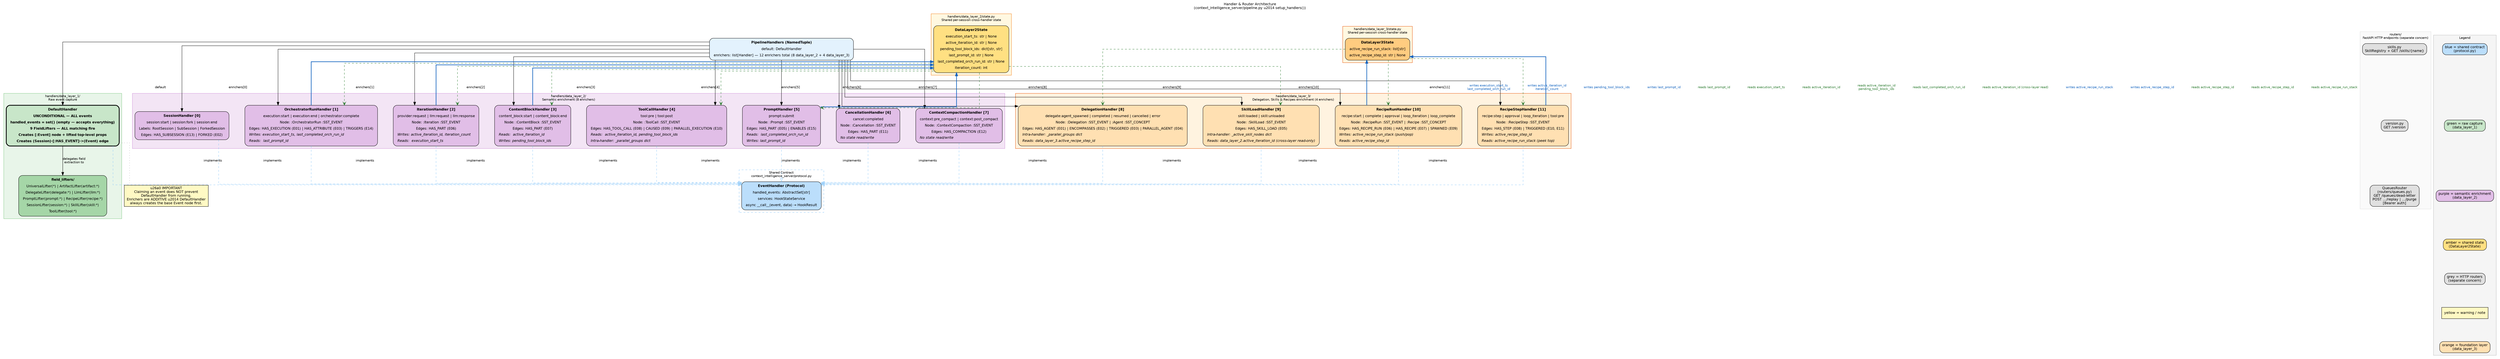
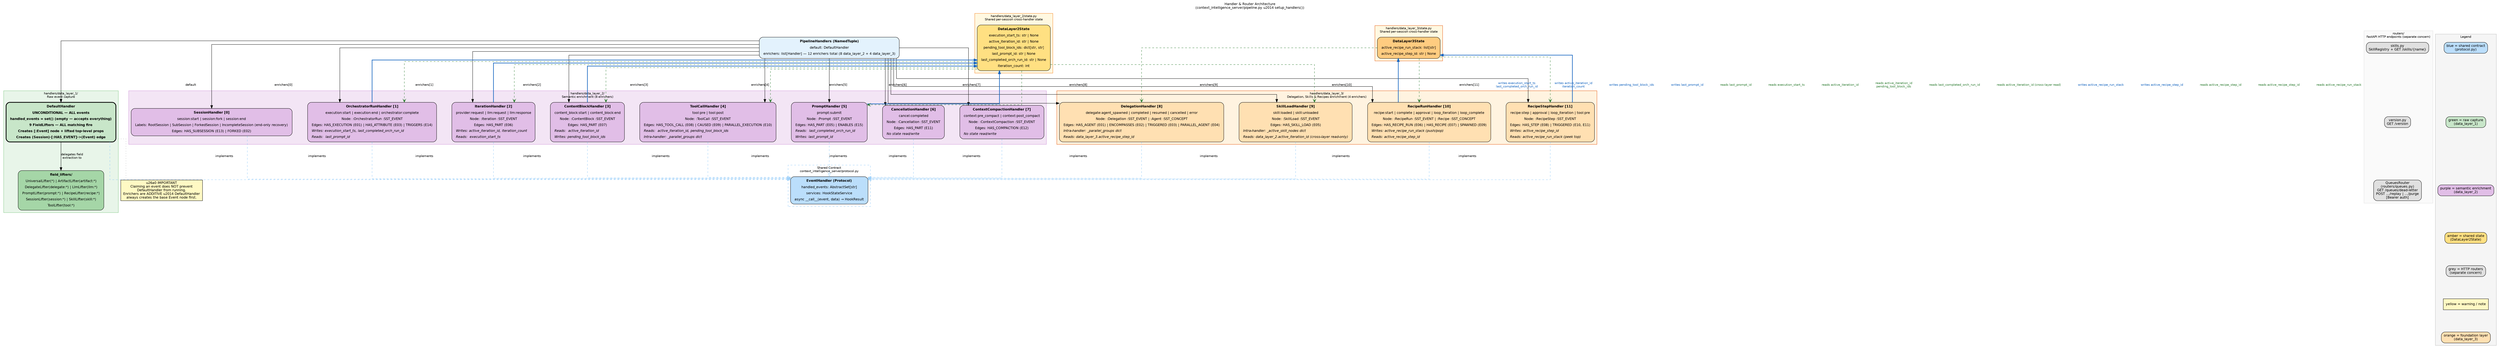
digraph handler_architecture {
    // --- Global defaults ------------------------------------------------------
    graph [
        rankdir   = TB
        splines   = ortho
        nodesep   = 0.7
        ranksep   = 1.0
        fontname  = "Helvetica"
        fontsize  = 11
        label     = "Handler & Router Architecture\n(context_intelligence_server/pipeline.py \u2014 setup_handlers())"
        labelloc  = t
        labeljust = c
    ]
    node [
        fontname = "Helvetica"
        fontsize = 11
        style    = "filled,rounded"
        shape    = box
    ]
    edge [
        fontname = "Helvetica"
        fontsize = 10
    ]

    // --- PipelineHandlers (NamedTuple) ----------------------------------------
    PipelineHandlers [
        style     = "filled,rounded"
        fillcolor = "#E3F2FD"
        label     = <<TABLE BORDER="0" CELLBORDER="0" CELLSPACING="2" CELLPADDING="3">
            <TR><TD><B>PipelineHandlers (NamedTuple)</B></TD></TR>
            <TR><TD>default: DefaultHandler</TD></TR>
            <TR><TD>enrichers: list[Handler] &#8212; 12 enrichers total (8 data_layer_2 + 4 data_layer_3)</TD></TR>
        </TABLE>>
    ]

    // --- Shared Contract -----------------------------------------------------
    subgraph cluster_protocol {
        graph [
            label     = "Shared Contract\ncontext_intelligence_server/protocol.py"
            style     = "dashed"
            color     = "#90CAF9"
            fontname  = "Helvetica"
            fontsize  = 10
        ]

        Protocol [
            style     = "filled,rounded"
            fillcolor = "#BBDEFB"
            label     = <<TABLE BORDER="0" CELLBORDER="0" CELLSPACING="2" CELLPADDING="3">
                <TR><TD><B>EventHandler (Protocol)</B></TD></TR>
                <TR><TD>handled_events: AbstractSet[str]</TD></TR>
                <TR><TD>services: HookStateService</TD></TR>
                <TR><TD>async __call__(event, data) &#8594; HookResult</TD></TR>
            </TABLE>>
        ]
    }

    // --- Routers (separate concern) ------------------------------------------
    subgraph cluster_routers {
        graph [
            label     = "routers/\nFastAPI HTTP endpoints (separate concern)"
            style     = "filled"
            color     = "#E0E0E0"
            fillcolor = "#FAFAFA"
            fontname  = "Helvetica"
            fontsize  = 10
        ]

        SkillsRouter [
            style     = "filled,rounded"
            fillcolor = "#E0E0E0"
            label     = "skills.py\nSkillRegistry + GET /skills/{name}"
        ]

        VersionRouter [
            style     = "filled,rounded"
            fillcolor = "#E0E0E0"
            label     = "version.py\nGET /version"
        ]

        QueuesRouter [
            style     = "filled,rounded"
            fillcolor = "#E0E0E0"
            label     = "QueuesRouter\n(routers/queues.py)\nGET /queues/dead-letter\nPOST .../replay | .../purge\n[Bearer auth]"
        ]

        SkillsRouter -> VersionRouter -> QueuesRouter [style = invis]
    }

    // --- Data Layer 1: Raw event capture ------------------------------------
    subgraph cluster_data_layer_1 {
        graph [
            label     = "handlers/data_layer_1/\nRaw event capture"
            style     = "filled"
            color     = "#81C784"
            fillcolor = "#E8F5E9"
            fontname  = "Helvetica"
            fontsize  = 10
        ]

        DefaultHandler [
            style     = "filled,rounded"
            fillcolor = "#C8E6C9"
            fontname  = "Helvetica-Bold"
            penwidth  = 2.5
            label     = <<TABLE BORDER="0" CELLBORDER="0" CELLSPACING="2" CELLPADDING="3">
                <TR><TD><B>DefaultHandler</B></TD></TR>
                <TR><TD>UNCONDITIONAL &#8212; ALL events</TD></TR>
                <TR><TD>handled_events = set() (empty &#8212; accepts everything)</TD></TR>
                <TR><TD>9 FieldLifters &#8212; ALL matching fire</TD></TR>
                <TR><TD>Creates [:Event] node + lifted top-level props</TD></TR>
                <TR><TD>Creates (Session)-[:HAS_EVENT]-&gt;(Event) edge</TD></TR>
            </TABLE>>
        ]

        FieldLifters [
            style     = "filled,rounded"
            fillcolor = "#A5D6A7"
            label     = <<TABLE BORDER="0" CELLBORDER="0" CELLSPACING="2" CELLPADDING="3">
                <TR><TD><B>field_lifters/</B></TD></TR>
                <TR><TD>UniversalLifter(*) | ArtifactLifter(artifact:*)</TD></TR>
                <TR><TD>DelegateLifter(delegate:*) | LlmLifter(llm:*)</TD></TR>
                <TR><TD>PromptLifter(prompt:*) | RecipeLifter(recipe:*)</TD></TR>
                <TR><TD>SessionLifter(session:*) | SkillLifter(skill:*)</TD></TR>
                <TR><TD>ToolLifter(tool:*)</TD></TR>
            </TABLE>>
        ]

        DefaultHandler -> FieldLifters [label = "delegates field\nextraction to"]
    }

    // --- Data Layer 2: Semantic enrichment ----------------------------------
    subgraph cluster_data_layer_2 {
        graph [
            label     = "handlers/data_layer_2/\nSemantic enrichment (8 enrichers)"
            style     = "filled"
            color     = "#CE93D8"
            fillcolor = "#F3E5F5"
            fontname  = "Helvetica"
            fontsize  = 10
        ]

        SessionHandler [
            style     = "filled,rounded"
            fillcolor = "#E1BEE7"
            label     = <<TABLE BORDER="0" CELLBORDER="0" CELLSPACING="2" CELLPADDING="3">
                <TR><TD><B>SessionHandler [0]</B></TD></TR>
                <TR><TD>session:start | session:fork | session:end</TD></TR>
-                 <TR><TD>Labels: RootSession | SubSession | ForkedSession</TD></TR>
+                 <TR><TD>Labels: RootSession | SubSession | ForkedSession | IncompleteSession (end-only recovery)</TD></TR>
                <TR><TD>Edges: HAS_SUBSESSION (E13) | FORKED (E02)</TD></TR>
            </TABLE>>
        ]

        OrchestratorRunHandler [
            style     = "filled,rounded"
            fillcolor = "#E1BEE7"
            label     = <<TABLE BORDER="0" CELLBORDER="0" CELLSPACING="2" CELLPADDING="3">
                <TR><TD><B>OrchestratorRunHandler [1]</B></TD></TR>
                <TR><TD>execution:start | execution:end | orchestrator:complete</TD></TR>
                <TR><TD>Node: :OrchestratorRun :SST_EVENT</TD></TR>
                <TR><TD>Edges: HAS_EXECUTION (E01) | HAS_ATTRIBUTE (E03) | TRIGGERS (E14)</TD></TR>
                <TR><TD ALIGN="LEFT"><I>Writes: execution_start_ts, last_completed_orch_run_id</I></TD></TR>
                <TR><TD ALIGN="LEFT"><I>Reads:  last_prompt_id</I></TD></TR>
            </TABLE>>
        ]

        IterationHandler [
            style     = "filled,rounded"
            fillcolor = "#E1BEE7"
            label     = <<TABLE BORDER="0" CELLBORDER="0" CELLSPACING="2" CELLPADDING="3">
                <TR><TD><B>IterationHandler [2]</B></TD></TR>
                <TR><TD>provider:request | llm:request | llm:response</TD></TR>
                <TR><TD>Node: :Iteration :SST_EVENT</TD></TR>
                <TR><TD>Edges: HAS_PART (E06)</TD></TR>
                <TR><TD ALIGN="LEFT"><I>Writes: active_iteration_id, iteration_count</I></TD></TR>
                <TR><TD ALIGN="LEFT"><I>Reads:  execution_start_ts</I></TD></TR>
            </TABLE>>
        ]

        ContentBlockHandler [
            style     = "filled,rounded"
            fillcolor = "#E1BEE7"
            label     = <<TABLE BORDER="0" CELLBORDER="0" CELLSPACING="2" CELLPADDING="3">
                <TR><TD><B>ContentBlockHandler [3]</B></TD></TR>
                <TR><TD>content_block:start | content_block:end</TD></TR>
                <TR><TD>Node: :ContentBlock :SST_EVENT</TD></TR>
                <TR><TD>Edges: HAS_PART (E07)</TD></TR>
                <TR><TD ALIGN="LEFT"><I>Reads:  active_iteration_id</I></TD></TR>
                <TR><TD ALIGN="LEFT"><I>Writes: pending_tool_block_ids</I></TD></TR>
            </TABLE>>
        ]

        ToolCallHandler [
            style     = "filled,rounded"
            fillcolor = "#E1BEE7"
            label     = <<TABLE BORDER="0" CELLBORDER="0" CELLSPACING="2" CELLPADDING="3">
                <TR><TD><B>ToolCallHandler [4]</B></TD></TR>
                <TR><TD>tool:pre | tool:post</TD></TR>
                <TR><TD>Node: :ToolCall :SST_EVENT</TD></TR>
                <TR><TD>Edges: HAS_TOOL_CALL (E08) | CAUSED (E09) | PARALLEL_EXECUTION (E10)</TD></TR>
                <TR><TD ALIGN="LEFT"><I>Reads:  active_iteration_id, pending_tool_block_ids</I></TD></TR>
                <TR><TD ALIGN="LEFT"><I>Intra-handler: _parallel_groups dict</I></TD></TR>
            </TABLE>>
        ]

        PromptHandler [
            style     = "filled,rounded"
            fillcolor = "#E1BEE7"
            label     = <<TABLE BORDER="0" CELLBORDER="0" CELLSPACING="2" CELLPADDING="3">
                <TR><TD><B>PromptHandler [5]</B></TD></TR>
                <TR><TD>prompt:submit</TD></TR>
                <TR><TD>Node: :Prompt :SST_EVENT</TD></TR>
                <TR><TD>Edges: HAS_PART (E05) | ENABLES (E15)</TD></TR>
                <TR><TD ALIGN="LEFT"><I>Reads:  last_completed_orch_run_id</I></TD></TR>
                <TR><TD ALIGN="LEFT"><I>Writes: last_prompt_id</I></TD></TR>
            </TABLE>>
        ]

        CancellationHandler [
            style     = "filled,rounded"
            fillcolor = "#E1BEE7"
            label     = <<TABLE BORDER="0" CELLBORDER="0" CELLSPACING="2" CELLPADDING="3">
                <TR><TD><B>CancellationHandler [6]</B></TD></TR>
                <TR><TD>cancel:completed</TD></TR>
                <TR><TD>Node: :Cancellation :SST_EVENT</TD></TR>
                <TR><TD>Edges: HAS_PART (E11)</TD></TR>
                <TR><TD ALIGN="LEFT"><I>No state read/write</I></TD></TR>
            </TABLE>>
        ]

        ContextCompactionHandler [
            style     = "filled,rounded"
            fillcolor = "#E1BEE7"
            label     = <<TABLE BORDER="0" CELLBORDER="0" CELLSPACING="2" CELLPADDING="3">
                <TR><TD><B>ContextCompactionHandler [7]</B></TD></TR>
                <TR><TD>context:pre_compact | context:post_compact</TD></TR>
                <TR><TD>Node: :ContextCompaction :SST_EVENT</TD></TR>
                <TR><TD>Edges: HAS_COMPACTION (E12)</TD></TR>
                <TR><TD ALIGN="LEFT"><I>No state read/write</I></TD></TR>
            </TABLE>>
        ]
    }

    // --- Data Layer 3: Delegation, Skills & Recipes enrichment ---------------
    subgraph cluster_data_layer_3 {
        graph [
            label     = "handlers/data_layer_3/\nDelegation, Skills & Recipes enrichment (4 enrichers)"
            style     = "filled"
            color     = "#E65100"
            fillcolor = "#FFF3E0"
            fontname  = "Helvetica"
            fontsize  = 10
        ]

        DelegationHandler [
            style     = "filled,rounded"
            fillcolor = "#FFE0B2"
            label     = <<TABLE BORDER="0" CELLBORDER="0" CELLSPACING="2" CELLPADDING="3">
                <TR><TD><B>DelegationHandler [8]</B></TD></TR>
                <TR><TD>delegate:agent_spawned | completed | resumed | cancelled | error</TD></TR>
                <TR><TD>Node: :Delegation :SST_EVENT | :Agent :SST_CONCEPT</TD></TR>
                <TR><TD>Edges: HAS_AGENT (E01) | ENCOMPASSES (E02) | TRIGGERED (E03) | PARALLEL_AGENT (E04)</TD></TR>
                <TR><TD ALIGN="LEFT"><I>Intra-handler: _parallel_groups dict</I></TD></TR>
                <TR><TD ALIGN="LEFT"><I>Reads: data_layer_3.active_recipe_step_id</I></TD></TR>
            </TABLE>>
        ]

        SkillLoadHandler [
            style     = "filled,rounded"
            fillcolor = "#FFE0B2"
            label     = <<TABLE BORDER="0" CELLBORDER="0" CELLSPACING="2" CELLPADDING="3">
                <TR><TD><B>SkillLoadHandler [9]</B></TD></TR>
                <TR><TD>skill:loaded | skill:unloaded</TD></TR>
                <TR><TD>Node: :SkillLoad :SST_EVENT</TD></TR>
                <TR><TD>Edges: HAS_SKILL_LOAD (E05)</TD></TR>
                <TR><TD ALIGN="LEFT"><I>Intra-handler: _active_skill_nodes dict</I></TD></TR>
                <TR><TD ALIGN="LEFT"><I>Reads: data_layer_2.active_iteration_id (cross-layer read-only)</I></TD></TR>
            </TABLE>>
        ]

        RecipeRunHandler [
            style     = "filled,rounded"
            fillcolor = "#FFE0B2"
            label     = <<TABLE BORDER="0" CELLBORDER="0" CELLSPACING="2" CELLPADDING="3">
                <TR><TD><B>RecipeRunHandler [10]</B></TD></TR>
                <TR><TD>recipe:start | complete | approval | loop_iteration | loop_complete</TD></TR>
                <TR><TD>Node: :RecipeRun :SST_EVENT | :Recipe :SST_CONCEPT</TD></TR>
                <TR><TD>Edges: HAS_RECIPE_RUN (E06) | HAS_RECIPE (E07) | SPAWNED (E09)</TD></TR>
                <TR><TD ALIGN="LEFT"><I>Writes: active_recipe_run_stack (push/pop)</I></TD></TR>
                <TR><TD ALIGN="LEFT"><I>Reads: active_recipe_step_id</I></TD></TR>
            </TABLE>>
        ]

        RecipeStepHandler [
            style     = "filled,rounded"
            fillcolor = "#FFE0B2"
            label     = <<TABLE BORDER="0" CELLBORDER="0" CELLSPACING="2" CELLPADDING="3">
                <TR><TD><B>RecipeStepHandler [11]</B></TD></TR>
                <TR><TD>recipe:step | approval | loop_iteration | tool:pre</TD></TR>
                <TR><TD>Node: :RecipeStep :SST_EVENT</TD></TR>
                <TR><TD>Edges: HAS_STEP (E08) | TRIGGERED (E10, E11)</TD></TR>
                <TR><TD ALIGN="LEFT"><I>Writes: active_recipe_step_id</I></TD></TR>
                <TR><TD ALIGN="LEFT"><I>Reads: active_recipe_run_stack (peek top)</I></TD></TR>
            </TABLE>>
        ]
    }

    // --- DataLayer2State (shared per-session state) --------------------------
    subgraph cluster_state {
        graph [
            label     = "handlers/data_layer_2/state.py\nShared per-session cross-handler state"
            style     = "filled"
            color     = "#F57F17"
            fillcolor = "#FFF8E1"
            fontname  = "Helvetica"
            fontsize  = 10
        ]

        DataLayer2State [
            style     = "filled,rounded"
            fillcolor = "#FFE082"
            label     = <<TABLE BORDER="0" CELLBORDER="0" CELLSPACING="2" CELLPADDING="3">
                <TR><TD><B>DataLayer2State</B></TD></TR>
                <TR><TD>execution_start_ts: str | None</TD></TR>
                <TR><TD>active_iteration_id: str | None</TD></TR>
                <TR><TD>pending_tool_block_ids: dict[str, str]</TD></TR>
                <TR><TD>last_prompt_id: str | None</TD></TR>
                <TR><TD>last_completed_orch_run_id: str | None</TD></TR>
                <TR><TD>iteration_count: int</TD></TR>
            </TABLE>>
        ]
    }

    // --- DataLayer3State (shared per-session state) --------------------------
    subgraph cluster_data_layer_3_state {
        graph [
            label     = "handlers/data_layer_3/state.py\nShared per-session cross-handler state"
            style     = "filled"
            color     = "#E65100"
            fillcolor = "#FFF8E1"
            fontname  = "Helvetica"
            fontsize  = 10
        ]

        DataLayer3State [
            style     = "filled,rounded"
            fillcolor = "#FFCC80"
            label     = <<TABLE BORDER="0" CELLBORDER="0" CELLSPACING="2" CELLPADDING="3">
                <TR><TD><B>DataLayer3State</B></TD></TR>
                <TR><TD>active_recipe_run_stack: list[str]</TD></TR>
                <TR><TD>active_recipe_step_id: str | None</TD></TR>
            </TABLE>>
        ]
    }

    // --- Warning note --------------------------------------------------------
    warning_note [
        style     = "filled"
        fillcolor = "#FFF9C4"
        label     = "\u26a0 IMPORTANT\nClaiming an event does NOT prevent\nDefaultHandler from running.\nEnrichers are ADDITIVE \u2014 DefaultHandler\nalways creates the base Event node first."
    ]

    // --- Legend --------------------------------------------------------------
    subgraph cluster_legend {
        graph [
            label     = "Legend"
            style     = "filled"
            color     = "#BDBDBD"
            fillcolor = "#F5F5F5"
            fontname  = "Helvetica"
            fontsize  = 10
        ]

        legend_contract [
            style     = "filled,rounded"
            fillcolor = "#BBDEFB"
            label     = "blue = shared contract\n(protocol.py)"
        ]
        legend_capture [
            style     = "filled,rounded"
            fillcolor = "#C8E6C9"
            label     = "green = raw capture\n(data_layer_1)"
        ]
        legend_enrich [
            style     = "filled,rounded"
            fillcolor = "#E1BEE7"
            label     = "purple = semantic enrichment\n(data_layer_2)"
        ]
        legend_state [
            style     = "filled,rounded"
            fillcolor = "#FFE082"
            label     = "amber = shared state\n(DataLayer2State)"
        ]
        legend_http [
            style     = "filled,rounded"
            fillcolor = "#E0E0E0"
            label     = "grey = HTTP routers\n(separate concern)"
        ]
        legend_warning [
            style     = "filled"
            fillcolor = "#FFF9C4"
            label     = "yellow = warning / note"
        ]
        legend_layer3 [
            style     = "filled,rounded"
            fillcolor = "#FFE0B2"
            label     = "orange = foundation layer\n(data_layer_3)"
        ]

        legend_contract -> legend_capture -> legend_enrich -> legend_state -> legend_http -> legend_warning -> legend_layer3 [style = invis]
    }

    // --- Structural edges ----------------------------------------------------
    PipelineHandlers -> DefaultHandler             [label = "default"]
    PipelineHandlers -> SessionHandler             [label = "enrichers[0]"]
    PipelineHandlers -> OrchestratorRunHandler     [label = "enrichers[1]"]
    PipelineHandlers -> IterationHandler           [label = "enrichers[2]"]
    PipelineHandlers -> ContentBlockHandler        [label = "enrichers[3]"]
    PipelineHandlers -> ToolCallHandler            [label = "enrichers[4]"]
    PipelineHandlers -> PromptHandler              [label = "enrichers[5]"]
    PipelineHandlers -> CancellationHandler        [label = "enrichers[6]"]
    PipelineHandlers -> ContextCompactionHandler   [label = "enrichers[7]"]
    PipelineHandlers -> DelegationHandler          [label = "enrichers[8]"]
    PipelineHandlers -> SkillLoadHandler           [label = "enrichers[9]"]
    PipelineHandlers -> RecipeRunHandler           [label = "enrichers[10]"]
    PipelineHandlers -> RecipeStepHandler          [label = "enrichers[11]"]

    DefaultHandler -> warning_note [style = dotted, color = "#AAAAAA", arrowhead = none]

    // Protocol conformance (all handlers implement EventHandler)
    DefaultHandler          -> Protocol [style = dashed, color = "#90CAF9", arrowhead = empty, label = "implements"]
    SessionHandler          -> Protocol [style = dashed, color = "#90CAF9", arrowhead = empty, label = "implements"]
    OrchestratorRunHandler  -> Protocol [style = dashed, color = "#90CAF9", arrowhead = empty, label = "implements"]
    IterationHandler        -> Protocol [style = dashed, color = "#90CAF9", arrowhead = empty, label = "implements"]
    ContentBlockHandler     -> Protocol [style = dashed, color = "#90CAF9", arrowhead = empty, label = "implements"]
    ToolCallHandler         -> Protocol [style = dashed, color = "#90CAF9", arrowhead = empty, label = "implements"]
    PromptHandler           -> Protocol [style = dashed, color = "#90CAF9", arrowhead = empty, label = "implements"]
    CancellationHandler     -> Protocol [style = dashed, color = "#90CAF9", arrowhead = empty, label = "implements"]
    ContextCompactionHandler -> Protocol [style = dashed, color = "#90CAF9", arrowhead = empty, label = "implements"]
    DelegationHandler        -> Protocol [style = dashed, color = "#90CAF9", arrowhead = empty, label = "implements"]
    SkillLoadHandler         -> Protocol [style = dashed, color = "#90CAF9", arrowhead = empty, label = "implements"]
    RecipeRunHandler         -> Protocol [style = dashed, color = "#90CAF9", arrowhead = empty, label = "implements"]
    RecipeStepHandler        -> Protocol [style = dashed, color = "#90CAF9", arrowhead = empty, label = "implements"]

    // --- State read / write arrows (constraint=false to preserve layout) -----
    // OrchestratorRunHandler
    OrchestratorRunHandler -> DataLayer2State [
        label      = "writes execution_start_ts\nlast_completed_orch_run_id"
        color      = "#1565C0"
        fontcolor  = "#1565C0"
        style      = "bold"
        constraint = false
    ]
    DataLayer2State -> OrchestratorRunHandler [
        label      = "reads last_prompt_id"
        color      = "#2E7D32"
        fontcolor  = "#2E7D32"
        style      = "dashed"
        arrowhead  = open
        constraint = false
    ]

    // IterationHandler
    IterationHandler -> DataLayer2State [
        label      = "writes active_iteration_id\niteration_count"
        color      = "#1565C0"
        fontcolor  = "#1565C0"
        style      = "bold"
        constraint = false
    ]
    DataLayer2State -> IterationHandler [
        label      = "reads execution_start_ts"
        color      = "#2E7D32"
        fontcolor  = "#2E7D32"
        style      = "dashed"
        arrowhead  = open
        constraint = false
    ]

    // ContentBlockHandler
    ContentBlockHandler -> DataLayer2State [
        label      = "writes pending_tool_block_ids"
        color      = "#1565C0"
        fontcolor  = "#1565C0"
        style      = "bold"
        constraint = false
    ]
    DataLayer2State -> ContentBlockHandler [
        label      = "reads active_iteration_id"
        color      = "#2E7D32"
        fontcolor  = "#2E7D32"
        style      = "dashed"
        arrowhead  = open
        constraint = false
    ]

    // ToolCallHandler
    DataLayer2State -> ToolCallHandler [
        label      = "reads active_iteration_id\npending_tool_block_ids"
        color      = "#2E7D32"
        fontcolor  = "#2E7D32"
        style      = "dashed"
        arrowhead  = open
        constraint = false
    ]

    // PromptHandler
    PromptHandler -> DataLayer2State [
        label      = "writes last_prompt_id"
        color      = "#1565C0"
        fontcolor  = "#1565C0"
        style      = "bold"
        constraint = false
    ]
    DataLayer2State -> PromptHandler [
        label      = "reads last_completed_orch_run_id"
        color      = "#2E7D32"
        fontcolor  = "#2E7D32"
        style      = "dashed"
        arrowhead  = open
        constraint = false
    ]

    // Layer 3 state read / write arrows
    RecipeRunHandler -> DataLayer3State [
        label      = "writes active_recipe_run_stack"
        color      = "#1565C0"
        fontcolor  = "#1565C0"
        style      = "bold"
        constraint = false
    ]
    DataLayer3State -> RecipeRunHandler [
        label      = "reads active_recipe_step_id"
        color      = "#2E7D32"
        fontcolor  = "#2E7D32"
        style      = "dashed"
        arrowhead  = open
        constraint = false
    ]
    RecipeStepHandler -> DataLayer3State [
        label      = "writes active_recipe_step_id"
        color      = "#1565C0"
        fontcolor  = "#1565C0"
        style      = "bold"
        constraint = false
    ]
    DataLayer3State -> RecipeStepHandler [
        label      = "reads active_recipe_run_stack"
        color      = "#2E7D32"
        fontcolor  = "#2E7D32"
        style      = "dashed"
        arrowhead  = open
        constraint = false
    ]
    DataLayer3State -> DelegationHandler [
        label      = "reads active_recipe_step_id"
        color      = "#2E7D32"
        fontcolor  = "#2E7D32"
        style      = "dashed"
        arrowhead  = open
        constraint = false
    ]
    DataLayer2State -> SkillLoadHandler [
        label      = "reads active_iteration_id (cross-layer read)"
        color      = "#2E7D32"
        fontcolor  = "#2E7D32"
        style      = "dashed"
        arrowhead  = open
        constraint = false
    ]
}
